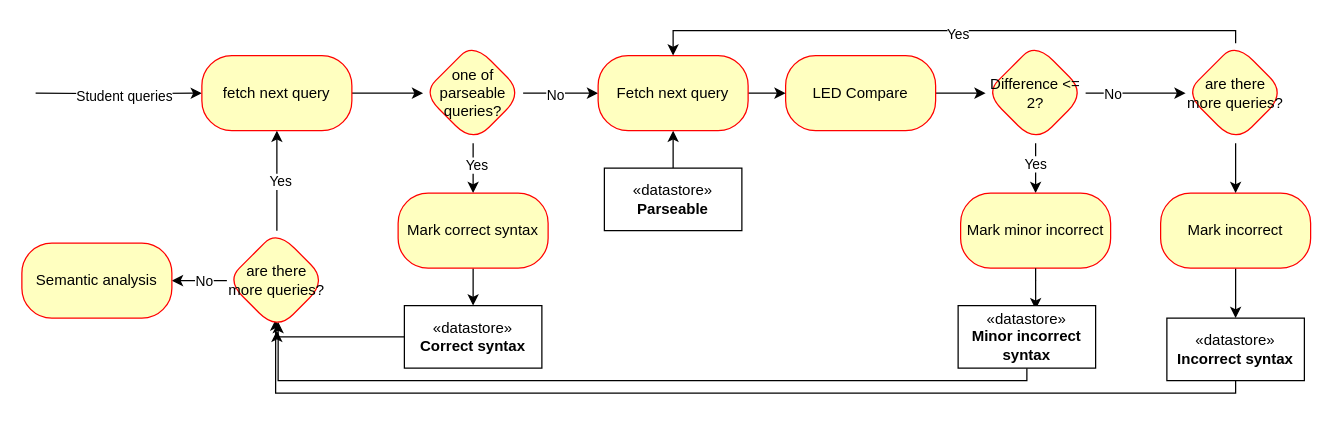
Before: page "syntax_analysis_activity_diagram" (6 of 9) of uml.drawio in berniegach/uml_socoles, a draw.io diagram. Source tidied: cells renumbered, new cells numbered last; positions are measured from the earlier drawing's top-left corner, leaving out a move shared by most shapes. Both pictures are drawn from the tidied source at 125%, with x=0, y=0 at pixel (21, 30).
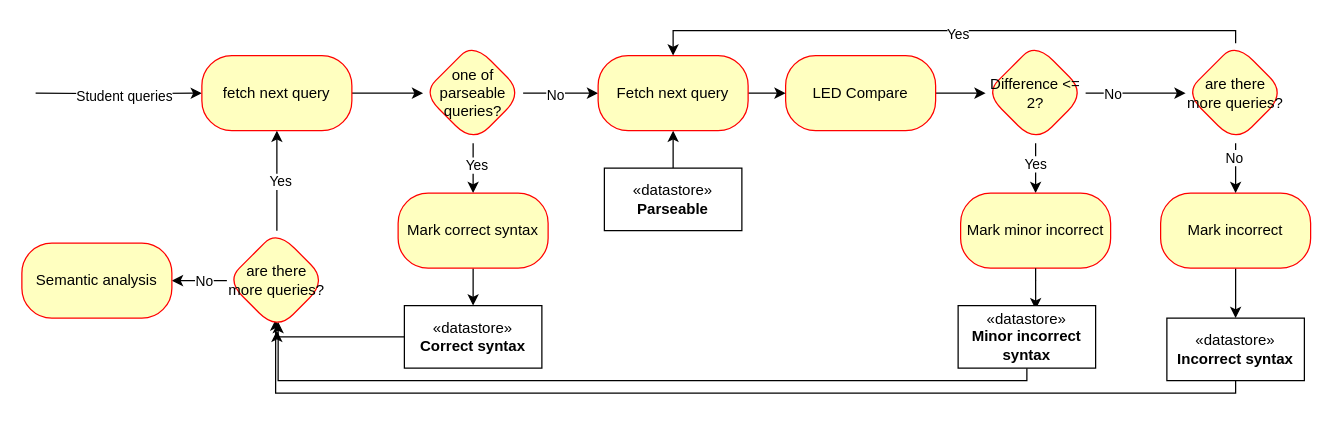
The same page after the edit.

Unchanged cells that the change refers to:
```xml
<mxCell id="36" style="edgeStyle=orthogonalEdgeStyle;rounded=0;jettySize=auto;html=1;entryX=0.5;entryY=0;entryDx=0;entryDy=0;" parent="1" edge="1" source="37" target="26">
  <mxGeometry relative="1" as="geometry" />
</mxCell>
```

The edit, as a diff of the source:
```diff
@@
+    <mxCell id="44" value="No" style="edgeLabel;html=1;align=center;verticalAlign=middle;" parent="36" vertex="1">
+      <mxGeometry x="-0.45" y="-2" relative="1" as="geometry" />
+    </mxCell>
```
